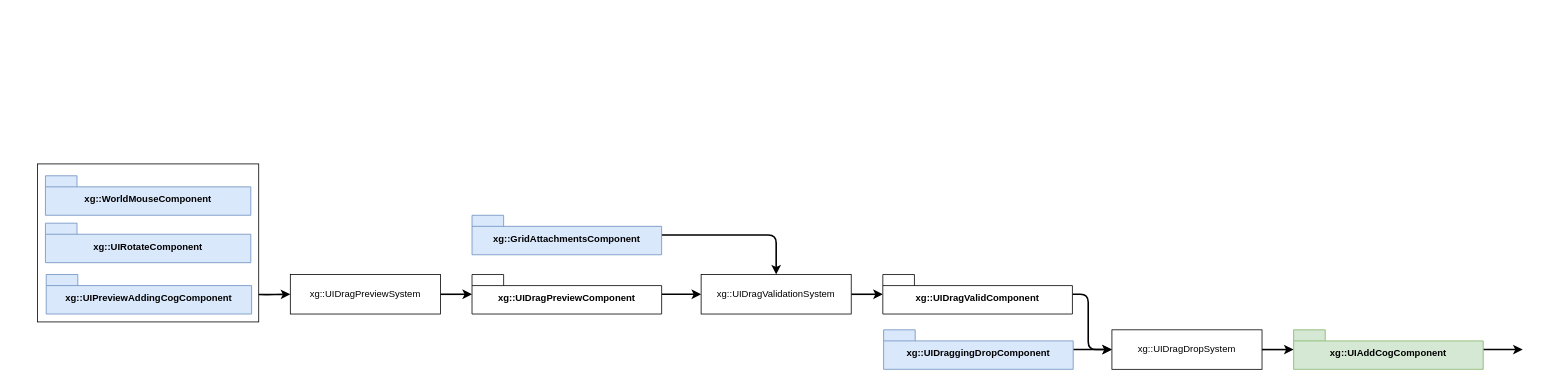
This is design/preview-cog.drawio from djfooks-kl/breadboard, a draw.io file, before an edit. Source tidied: cells renumbered, new cells numbered last; positions are measured from the earlier drawing's top-left corner, leaving out a move shared by most shapes. Both pictures are drawn from the tidied source at 79%, with x=0, y=0 at pixel (37, 164).
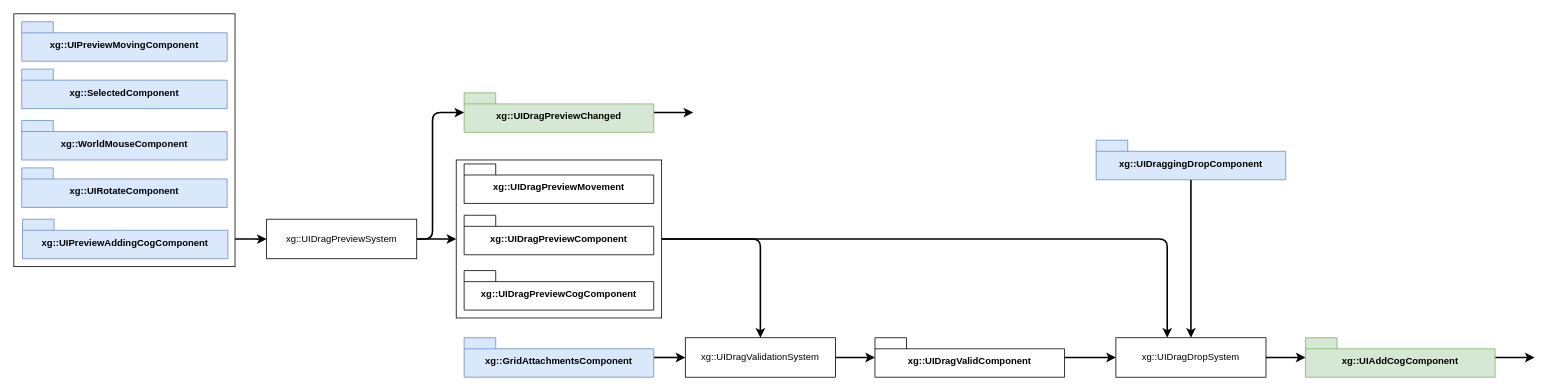
After the change.

Commit message (it also covers changes not shown here):
Movement design update

The edit, as a diff of the source:
```diff
@@
-    <mxCell id="2" style="edgeStyle=orthogonalEdgeStyle;shape=connector;curved=0;rounded=1;jettySize=auto;html=1;strokeColor=default;strokeWidth=2;align=center;verticalAlign=middle;fontFamily=Helvetica;fontSize=11;fontColor=default;labelBackgroundColor=default;endArrow=classic;" parent="1" edge="1" target="5">
-      <mxGeometry relative="1" as="geometry">
-        <mxPoint x="260" y="165" as="sourcePoint" />
-      </mxGeometry>
-    </mxCell>
-    <mxCell id="3" style="rounded=0;whiteSpace=wrap;html=1;" parent="1" vertex="1">
-      <mxGeometry width="280" height="200" as="geometry" />
-    </mxCell>
-    <mxCell id="4" style="edgeStyle=orthogonalEdgeStyle;shape=connector;curved=0;rounded=1;jettySize=auto;html=1;strokeColor=default;strokeWidth=2;align=center;verticalAlign=middle;fontFamily=Helvetica;fontSize=11;fontColor=default;labelBackgroundColor=default;endArrow=classic;" parent="1" edge="1" source="5" target="9">
-      <mxGeometry relative="1" as="geometry" />
-    </mxCell>
+    <mxCell id="23" style="edgeStyle=orthogonalEdgeStyle;shape=connector;curved=0;rounded=1;jettySize=auto;html=1;strokeColor=default;strokeWidth=2;align=center;verticalAlign=middle;fontFamily=Helvetica;fontSize=11;fontColor=default;labelBackgroundColor=default;endArrow=classic;" parent="1" edge="1" source="25" target="18">
+      <mxGeometry relative="1" as="geometry" />
+    </mxCell>
+    <mxCell id="24" style="edgeStyle=orthogonalEdgeStyle;shape=connector;curved=0;rounded=1;jettySize=auto;html=1;strokeColor=default;strokeWidth=2;align=center;verticalAlign=middle;fontFamily=Helvetica;fontSize=11;fontColor=default;labelBackgroundColor=default;endArrow=classic;" parent="1" edge="1" source="25" target="13">
+      <mxGeometry relative="1" as="geometry">
+        <Array as="points">
+          <mxPoint x="1430" y="95" />
+        </Array>
+      </mxGeometry>
+    </mxCell>
+    <mxCell id="25" style="rounded=0;whiteSpace=wrap;html=1;fontFamily=Helvetica;fontSize=11;fontColor=default;labelBackgroundColor=default;" parent="1" vertex="1">
+      <mxGeometry x="530" y="-5" width="260" height="200" as="geometry" />
+    </mxCell>
+    <mxCell id="26" style="edgeStyle=orthogonalEdgeStyle;shape=connector;curved=0;rounded=1;jettySize=auto;html=1;strokeColor=default;strokeWidth=2;align=center;verticalAlign=middle;fontFamily=Helvetica;fontSize=11;fontColor=default;labelBackgroundColor=default;endArrow=classic;jumpStyle=gap;" parent="1" edge="1" target="5">
+      <mxGeometry relative="1" as="geometry">
+        <mxPoint x="230" y="95" as="sourcePoint" />
+      </mxGeometry>
+    </mxCell>
+    <mxCell id="27" style="rounded=0;whiteSpace=wrap;html=1;" parent="1" vertex="1">
+      <mxGeometry x="-30" y="-190" width="280" height="320" as="geometry" />
+    </mxCell>
+    <mxCell id="28" style="edgeStyle=orthogonalEdgeStyle;shape=connector;curved=0;rounded=1;jettySize=auto;html=1;entryX=0;entryY=0.5;entryDx=0;entryDy=0;strokeColor=default;strokeWidth=2;align=center;verticalAlign=middle;fontFamily=Helvetica;fontSize=11;fontColor=default;labelBackgroundColor=default;endArrow=classic;" parent="1" edge="1" source="5" target="25">
+      <mxGeometry relative="1" as="geometry" />
+    </mxCell>
+    <mxCell id="29" style="edgeStyle=orthogonalEdgeStyle;shape=connector;curved=0;rounded=1;jettySize=auto;html=1;strokeColor=default;strokeWidth=2;align=center;verticalAlign=middle;fontFamily=Helvetica;fontSize=11;fontColor=default;labelBackgroundColor=default;endArrow=classic;" parent="1" edge="1" source="5" target="36">
+      <mxGeometry relative="1" as="geometry">
+        <Array as="points">
+          <mxPoint x="500" y="95" />
+          <mxPoint x="500" y="-65" />
+        </Array>
+      </mxGeometry>
+    </mxCell>
     <mxCell id="5" value="xg::UIDragPreviewSystem" style="html=1;whiteSpace=wrap;" parent="1" vertex="1">
-      <mxGeometry x="320" y="140" width="190" height="50" as="geometry" />
+      <mxGeometry x="290" y="70" width="190" height="50" as="geometry" />
     </mxCell>
-    <mxCell id="6" style="edgeStyle=orthogonalEdgeStyle;shape=connector;curved=0;rounded=1;jettySize=auto;html=1;strokeColor=default;strokeWidth=2;align=center;verticalAlign=middle;fontFamily=Helvetica;fontSize=11;fontColor=default;labelBackgroundColor=default;endArrow=classic;" parent="1" edge="1" source="7">
-      <mxGeometry relative="1" as="geometry">
-        <mxPoint x="1360" y="235" as="targetPoint" />
-      </mxGeometry>
-    </mxCell>
+    <mxCell id="30" style="edgeStyle=orthogonalEdgeStyle;shape=connector;curved=0;rounded=1;jettySize=auto;html=1;strokeColor=default;strokeWidth=2;align=center;verticalAlign=middle;fontFamily=Helvetica;fontSize=11;fontColor=default;labelBackgroundColor=default;endArrow=classic;jumpStyle=gap;" parent="1" edge="1" source="7" target="13">
+      <mxGeometry relative="1" as="geometry" />
+    </mxCell>
     <mxCell id="7" value="xg::UIDraggingDropComponent" style="shape=folder;fontStyle=1;spacingTop=10;tabWidth=40;tabHeight=14;tabPosition=left;html=1;whiteSpace=wrap;fillColor=#dae8fc;strokeColor=#6c8ebf;" parent="1" vertex="1">
-      <mxGeometry x="1071" y="210" width="240" height="50" as="geometry" />
+      <mxGeometry x="1340" y="-30" width="240" height="50" as="geometry" />
     </mxCell>
-    <mxCell id="8" style="edgeStyle=orthogonalEdgeStyle;shape=connector;curved=0;rounded=1;jettySize=auto;html=1;strokeColor=default;strokeWidth=2;align=center;verticalAlign=middle;fontFamily=Helvetica;fontSize=11;fontColor=default;labelBackgroundColor=default;endArrow=classic;" parent="1" edge="1" source="9" target="18">
-      <mxGeometry relative="1" as="geometry" />
-    </mxCell>
     <mxCell id="9" value="xg::UIDragPreviewComponent" style="shape=folder;fontStyle=1;spacingTop=10;tabWidth=40;tabHeight=14;tabPosition=left;html=1;whiteSpace=wrap;" parent="1" vertex="1">
-      <mxGeometry x="550" y="140" width="240" height="50" as="geometry" />
+      <mxGeometry x="540" y="65" width="240" height="50" as="geometry" />
     </mxCell>
     <mxCell id="10" value="xg::UIRotateComponent" style="shape=folder;fontStyle=1;spacingTop=10;tabWidth=40;tabHeight=14;tabPosition=left;html=1;whiteSpace=wrap;fillColor=#dae8fc;strokeColor=#6c8ebf;" parent="1" vertex="1">
-      <mxGeometry x="10" y="75" width="260" height="50" as="geometry" />
+      <mxGeometry x="-20" y="5" width="260" height="50" as="geometry" />
     </mxCell>
     <mxCell id="11" value="xg::WorldMouseComponent" style="shape=folder;fontStyle=1;spacingTop=10;tabWidth=40;tabHeight=14;tabPosition=left;html=1;whiteSpace=wrap;fillColor=#dae8fc;strokeColor=#6c8ebf;" parent="1" vertex="1">
-      <mxGeometry x="10" y="15" width="260" height="50" as="geometry" />
+      <mxGeometry x="-20" y="-55" width="260" height="50" as="geometry" />
     </mxCell>
-    <mxCell id="12" style="edgeStyle=orthogonalEdgeStyle;shape=connector;curved=0;rounded=1;jettySize=auto;html=1;strokeColor=default;strokeWidth=2;align=center;verticalAlign=middle;fontFamily=Helvetica;fontSize=11;fontColor=default;labelBackgroundColor=default;endArrow=classic;" parent="1" edge="1" source="13" target="16">
+    <mxCell id="12" style="edgeStyle=orthogonalEdgeStyle;shape=connector;curved=0;rounded=1;jettySize=auto;html=1;strokeColor=default;strokeWidth=2;align=center;verticalAlign=middle;fontFamily=Helvetica;fontSize=11;fontColor=default;labelBackgroundColor=default;endArrow=classic;jumpStyle=gap;" parent="1" edge="1" source="13" target="16">
       <mxGeometry relative="1" as="geometry" />
     </mxCell>
     <mxCell id="13" value="xg::UIDragDropSystem" style="html=1;whiteSpace=wrap;" parent="1" vertex="1">
-      <mxGeometry x="1360" y="210" width="190" height="50" as="geometry" />
+      <mxGeometry x="1365" y="220" width="190" height="50" as="geometry" />
     </mxCell>
     <mxCell id="14" value="xg::UIPreviewAddingCogComponent" style="shape=folder;fontStyle=1;spacingTop=10;tabWidth=40;tabHeight=14;tabPosition=left;html=1;whiteSpace=wrap;fillColor=#dae8fc;strokeColor=#6c8ebf;" parent="1" vertex="1">
-      <mxGeometry x="11" y="140" width="260" height="50" as="geometry" />
+      <mxGeometry x="-19" y="70" width="260" height="50" as="geometry" />
     </mxCell>
-    <mxCell id="15" style="edgeStyle=orthogonalEdgeStyle;shape=connector;curved=0;rounded=1;jettySize=auto;html=1;strokeColor=default;strokeWidth=2;align=center;verticalAlign=middle;fontFamily=Helvetica;fontSize=11;fontColor=default;labelBackgroundColor=default;endArrow=classic;" parent="1" edge="1" source="16">
-      <mxGeometry relative="1" as="geometry">
-        <mxPoint x="1880" y="235" as="targetPoint" />
-      </mxGeometry>
-    </mxCell>
+    <mxCell id="31" style="edgeStyle=orthogonalEdgeStyle;shape=connector;curved=0;rounded=1;jettySize=auto;html=1;strokeColor=default;strokeWidth=2;align=center;verticalAlign=middle;fontFamily=Helvetica;fontSize=11;fontColor=default;labelBackgroundColor=default;endArrow=classic;jumpStyle=gap;" parent="1" edge="1" source="16">
+      <mxGeometry relative="1" as="geometry">
+        <mxPoint x="1895" y="245" as="targetPoint" />
+      </mxGeometry>
+    </mxCell>
     <mxCell id="16" value="xg::UIAddCogComponent" style="shape=folder;fontStyle=1;spacingTop=10;tabWidth=40;tabHeight=14;tabPosition=left;html=1;whiteSpace=wrap;fillColor=#d5e8d4;strokeColor=#82b366;" parent="1" vertex="1">
-      <mxGeometry x="1590" y="210" width="240" height="50" as="geometry" />
+      <mxGeometry x="1605" y="220" width="240" height="50" as="geometry" />
     </mxCell>
-    <mxCell id="17" style="edgeStyle=orthogonalEdgeStyle;shape=connector;curved=0;rounded=1;jettySize=auto;html=1;strokeColor=default;strokeWidth=2;align=center;verticalAlign=middle;fontFamily=Helvetica;fontSize=11;fontColor=default;labelBackgroundColor=default;endArrow=classic;" parent="1" edge="1" source="18" target="20">
+    <mxCell id="17" style="edgeStyle=orthogonalEdgeStyle;shape=connector;curved=0;rounded=1;jettySize=auto;html=1;strokeColor=default;strokeWidth=2;align=center;verticalAlign=middle;fontFamily=Helvetica;fontSize=11;fontColor=default;labelBackgroundColor=default;endArrow=classic;jumpStyle=gap;" parent="1" edge="1" source="18" target="20">
       <mxGeometry relative="1" as="geometry" />
     </mxCell>
     <mxCell id="18" value="xg::UIDragValidationSystem" style="html=1;whiteSpace=wrap;" parent="1" vertex="1">
-      <mxGeometry x="840" y="140" width="190" height="50" as="geometry" />
+      <mxGeometry x="820" y="220" width="190" height="50" as="geometry" />
     </mxCell>
     <mxCell id="19" style="edgeStyle=orthogonalEdgeStyle;shape=connector;curved=0;rounded=1;jettySize=auto;html=1;strokeColor=default;strokeWidth=2;align=center;verticalAlign=middle;fontFamily=Helvetica;fontSize=11;fontColor=default;labelBackgroundColor=default;endArrow=classic;" parent="1" edge="1" source="20" target="13">
-      <mxGeometry relative="1" as="geometry">
-        <Array as="points">
-          <mxPoint x="1330" y="165" />
-          <mxPoint x="1330" y="235" />
-        </Array>
-      </mxGeometry>
+      <mxGeometry relative="1" as="geometry" />
     </mxCell>
     <mxCell id="20" value="xg::UIDragValidComponent" style="shape=folder;fontStyle=1;spacingTop=10;tabWidth=40;tabHeight=14;tabPosition=left;html=1;whiteSpace=wrap;" parent="1" vertex="1">
-      <mxGeometry x="1070" y="140" width="240" height="50" as="geometry" />
+      <mxGeometry x="1060" y="220" width="240" height="50" as="geometry" />
     </mxCell>
-    <mxCell id="21" style="edgeStyle=orthogonalEdgeStyle;shape=connector;curved=0;rounded=1;jettySize=auto;html=1;strokeColor=default;strokeWidth=2;align=center;verticalAlign=middle;fontFamily=Helvetica;fontSize=11;fontColor=default;labelBackgroundColor=default;endArrow=classic;" parent="1" edge="1" source="22" target="18">
-      <mxGeometry relative="1" as="geometry" />
+    <mxCell id="21" style="edgeStyle=orthogonalEdgeStyle;shape=connector;curved=0;rounded=1;jettySize=auto;html=1;strokeColor=default;strokeWidth=2;align=center;verticalAlign=middle;fontFamily=Helvetica;fontSize=11;fontColor=default;labelBackgroundColor=default;endArrow=classic;jumpStyle=gap;" parent="1" edge="1" source="22" target="18">
+      <mxGeometry relative="1" as="geometry">
+        <Array as="points">
+          <mxPoint x="900" y="230" />
+        </Array>
+      </mxGeometry>
     </mxCell>
     <mxCell id="22" value="xg::GridAttachmentsComponent" style="shape=folder;fontStyle=1;spacingTop=10;tabWidth=40;tabHeight=14;tabPosition=left;html=1;whiteSpace=wrap;fillColor=#dae8fc;strokeColor=#6c8ebf;" parent="1" vertex="1">
-      <mxGeometry x="550" y="65" width="240" height="50" as="geometry" />
+      <mxGeometry x="540" y="220" width="240" height="50" as="geometry" />
     </mxCell>
+    <mxCell id="32" value="xg::UIDragPreviewCogComponent" style="shape=folder;fontStyle=1;spacingTop=10;tabWidth=40;tabHeight=14;tabPosition=left;html=1;whiteSpace=wrap;" parent="1" vertex="1">
+      <mxGeometry x="540" y="135" width="240" height="50" as="geometry" />
+    </mxCell>
+    <mxCell id="33" value="xg::UIDragPreviewMovement" style="shape=folder;fontStyle=1;spacingTop=10;tabWidth=40;tabHeight=14;tabPosition=left;html=1;whiteSpace=wrap;" parent="1" vertex="1">
+      <mxGeometry x="540" width="240" height="50" as="geometry" />
+    </mxCell>
+    <mxCell id="34" value="xg::SelectedComponent" style="shape=folder;fontStyle=1;spacingTop=10;tabWidth=40;tabHeight=14;tabPosition=left;html=1;whiteSpace=wrap;fillColor=#dae8fc;strokeColor=#6c8ebf;" parent="1" vertex="1">
+      <mxGeometry x="-20" y="-120" width="260" height="50" as="geometry" />
+    </mxCell>
+    <mxCell id="35" style="edgeStyle=orthogonalEdgeStyle;shape=connector;curved=0;rounded=1;jettySize=auto;html=1;strokeColor=default;strokeWidth=2;align=center;verticalAlign=middle;fontFamily=Helvetica;fontSize=11;fontColor=default;labelBackgroundColor=default;endArrow=classic;" parent="1" edge="1" source="36">
+      <mxGeometry relative="1" as="geometry">
+        <mxPoint x="830" y="-65" as="targetPoint" />
+      </mxGeometry>
+    </mxCell>
+    <mxCell id="36" value="xg::UIDragPreviewChanged" style="shape=folder;fontStyle=1;spacingTop=10;tabWidth=40;tabHeight=14;tabPosition=left;html=1;whiteSpace=wrap;fillColor=#d5e8d4;strokeColor=#82b366;" parent="1" vertex="1">
+      <mxGeometry x="540" y="-90" width="240" height="50" as="geometry" />
+    </mxCell>
+    <mxCell id="37" value="xg::UIPreviewMovingComponent" style="shape=folder;fontStyle=1;spacingTop=10;tabWidth=40;tabHeight=14;tabPosition=left;html=1;whiteSpace=wrap;fillColor=#dae8fc;strokeColor=#6c8ebf;" parent="1" vertex="1">
+      <mxGeometry x="-20" y="-180" width="260" height="50" as="geometry" />
+    </mxCell>
```
